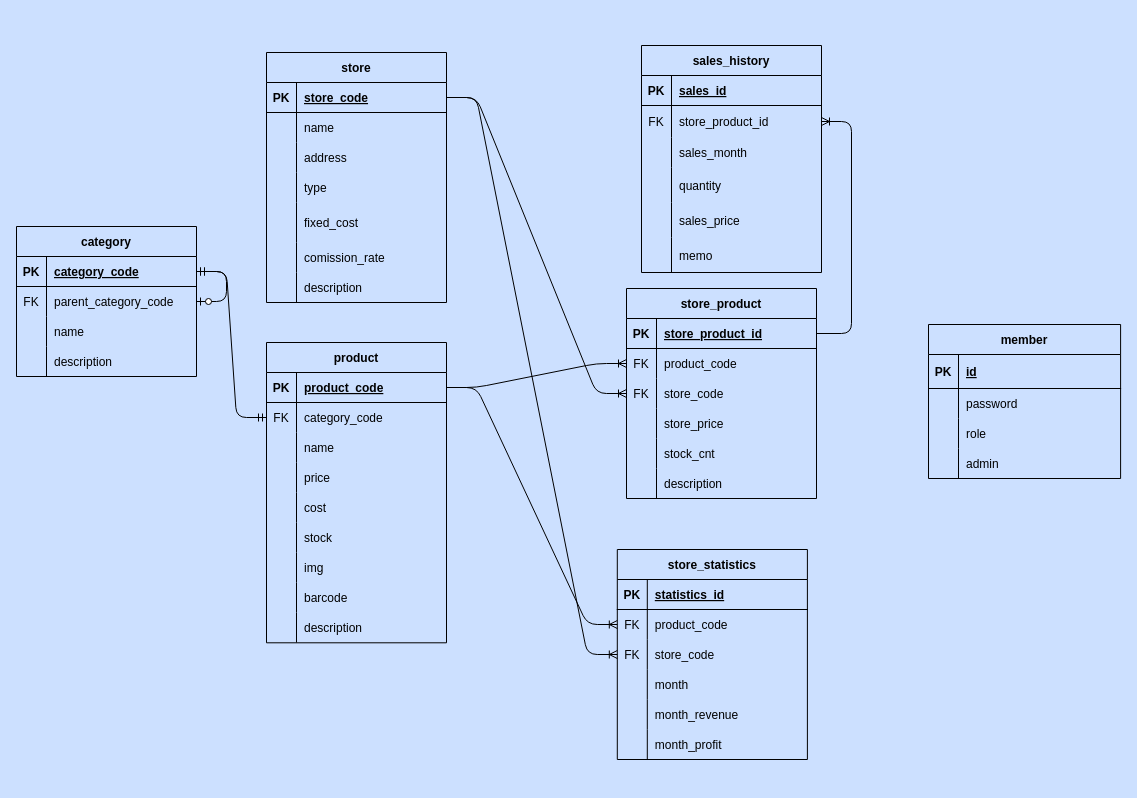
Before: database/ERD.drawio in JoshRyu/logistics, a draw.io diagram. Source tidied: cells renumbered, new cells numbered last; positions are measured from the earlier drawing's top-left corner, leaving out a move shared by most shapes. Both pictures are drawn from the tidied source at 100%, with x=0, y=0 at pixel (16, 45).
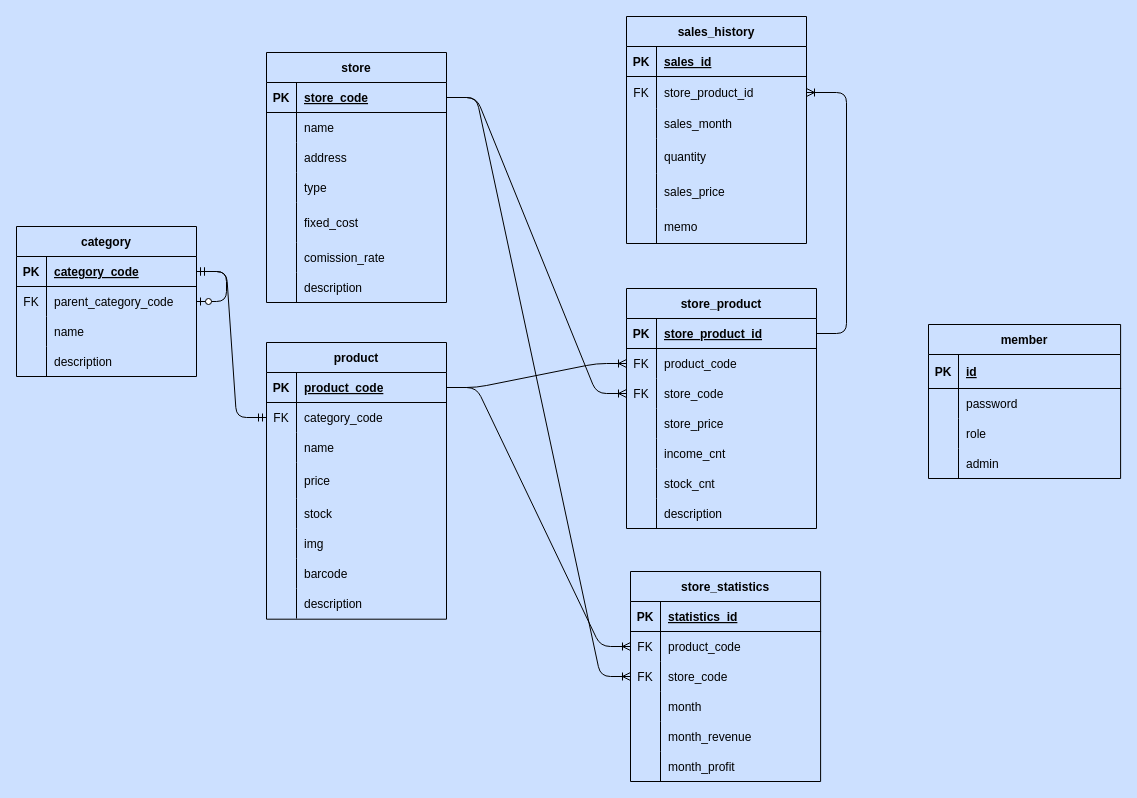
Above is the later version.

Commit message (it also covers changes not shown here):
[fix] Update ERD : remove cost, add income_cnt

Change to the diagram source:
```diff
@@
     <mxCell id="2" value="product" style="shape=table;startSize=30;childLayout=tableLayout;rowLines=0;fontStyle=1;align=center;fillColor=none;labelBackgroundColor=none;fontColor=#000000;strokeColor=#000000;" parent="1" vertex="1">
-      <mxGeometry x="250" y="297" width="180" height="300.3" as="geometry" />
+      <mxGeometry x="250" y="297" width="180" height="276.7" as="geometry" />
     </mxCell>
@@
     <mxCell id="12" style="shape=tableRow;horizontal=0;startSize=0;swimlaneHead=0;swimlaneBody=0;top=0;left=0;right=0;bottom=0;fillColor=none;labelBackgroundColor=none;fontColor=#000000;strokeColor=#000000;" parent="2" vertex="1">
-      <mxGeometry y="120" width="180" height="30" as="geometry" />
+      <mxGeometry y="120" width="180" height="36" as="geometry" />
     </mxCell>
     <mxCell id="13" style="shape=partialRectangle;top=0;left=0;bottom=0;right=0;overflow=hidden;fillColor=none;labelBackgroundColor=none;fontColor=#000000;strokeColor=#000000;" parent="12" vertex="1">
-      <mxGeometry width="30" height="30" as="geometry" />
+      <mxGeometry width="30" height="36" as="geometry" />
     </mxCell>
     <mxCell id="14" value="price" style="shape=partialRectangle;top=0;left=0;bottom=0;right=0;align=left;spacingLeft=6;overflow=hidden;fillColor=none;labelBackgroundColor=none;fontColor=#000000;strokeColor=#000000;" parent="12" vertex="1">
-      <mxGeometry x="30" width="150" height="30" as="geometry" />
+      <mxGeometry x="30" width="150" height="36" as="geometry" />
     </mxCell>
-    <mxCell id="15" style="shape=tableRow;horizontal=0;startSize=0;swimlaneHead=0;swimlaneBody=0;top=0;left=0;right=0;bottom=0;fillColor=none;labelBackgroundColor=none;fontColor=#000000;strokeColor=#000000;" parent="2" vertex="1">
-      <mxGeometry y="150" width="180" height="30" as="geometry" />
-    </mxCell>
-    <mxCell id="16" style="shape=partialRectangle;top=0;left=0;bottom=0;right=0;overflow=hidden;fillColor=none;labelBackgroundColor=none;fontColor=#000000;strokeColor=#000000;" parent="15" vertex="1">
-      <mxGeometry width="30" height="30" as="geometry" />
-    </mxCell>
-    <mxCell id="17" value="cost" style="shape=partialRectangle;top=0;left=0;bottom=0;right=0;align=left;spacingLeft=6;overflow=hidden;fillColor=none;labelBackgroundColor=none;fontColor=#000000;strokeColor=#000000;" parent="15" vertex="1">
-      <mxGeometry x="30" width="150" height="30" as="geometry" />
-    </mxCell>
     <mxCell id="18" style="shape=tableRow;horizontal=0;startSize=0;swimlaneHead=0;swimlaneBody=0;top=0;left=0;right=0;bottom=0;fillColor=none;labelBackgroundColor=none;fontColor=#000000;strokeColor=#000000;" parent="2" vertex="1">
-      <mxGeometry y="180" width="180" height="30" as="geometry" />
+      <mxGeometry y="156" width="180" height="30" as="geometry" />
     </mxCell>
@@
     <mxCell id="21" style="shape=tableRow;horizontal=0;startSize=0;swimlaneHead=0;swimlaneBody=0;top=0;left=0;right=0;bottom=0;fillColor=none;labelBackgroundColor=none;fontColor=#000000;strokeColor=#000000;" parent="2" vertex="1">
-      <mxGeometry y="210" width="180" height="30" as="geometry" />
+      <mxGeometry y="186" width="180" height="30" as="geometry" />
     </mxCell>
@@
     <mxCell id="24" style="shape=tableRow;horizontal=0;startSize=0;swimlaneHead=0;swimlaneBody=0;top=0;left=0;right=0;bottom=0;fillColor=none;labelBackgroundColor=none;fontColor=#000000;strokeColor=#000000;" parent="2" vertex="1">
-      <mxGeometry y="240" width="180" height="30" as="geometry" />
+      <mxGeometry y="216" width="180" height="30" as="geometry" />
     </mxCell>
@@
     <mxCell id="27" style="shape=tableRow;horizontal=0;startSize=0;swimlaneHead=0;swimlaneBody=0;top=0;left=0;right=0;bottom=0;fillColor=none;labelBackgroundColor=none;fontColor=#000000;strokeColor=#000000;" parent="2" vertex="1">
-      <mxGeometry y="270" width="180" height="30" as="geometry" />
+      <mxGeometry y="246" width="180" height="30" as="geometry" />
     </mxCell>
@@
     <mxCell id="66" value="store_product" style="shape=table;startSize=30;childLayout=tableLayout;rowLines=0;fontStyle=1;align=center;fillColor=none;labelBackgroundColor=none;fontColor=#000000;strokeColor=#000000;" parent="1" vertex="1">
-      <mxGeometry x="610" y="243" width="190" height="210" as="geometry" />
+      <mxGeometry x="610" y="243" width="190" height="240" as="geometry" />
     </mxCell>
@@
+    <mxCell id="142" style="shape=tableRow;horizontal=0;startSize=0;swimlaneHead=0;swimlaneBody=0;top=0;left=0;right=0;bottom=0;fillColor=none;labelBackgroundColor=none;fontColor=#000000;strokeColor=#000000;" parent="66" vertex="1">
+      <mxGeometry y="150" width="190" height="30" as="geometry" />
+    </mxCell>
+    <mxCell id="16" style="shape=partialRectangle;top=0;left=0;bottom=0;right=0;overflow=hidden;fillColor=none;labelBackgroundColor=none;fontColor=#000000;strokeColor=#000000;" parent="142" vertex="1">
+      <mxGeometry width="30" height="30" as="geometry" />
+    </mxCell>
+    <mxCell id="143" value="income_cnt" style="shape=partialRectangle;top=0;left=0;bottom=0;right=0;align=left;spacingLeft=6;overflow=hidden;fillColor=none;labelBackgroundColor=none;fontColor=#000000;strokeColor=#000000;" parent="142" vertex="1">
+      <mxGeometry x="30" width="160" height="30" as="geometry" />
+    </mxCell>
     <mxCell id="79" style="shape=tableRow;horizontal=0;startSize=0;swimlaneHead=0;swimlaneBody=0;top=0;left=0;right=0;bottom=0;fillColor=none;labelBackgroundColor=none;fontColor=#000000;strokeColor=#000000;" parent="66" vertex="1">
-      <mxGeometry y="150" width="190" height="30" as="geometry" />
+      <mxGeometry y="180" width="190" height="30" as="geometry" />
     </mxCell>
@@
     <mxCell id="82" style="shape=tableRow;horizontal=0;startSize=0;swimlaneHead=0;swimlaneBody=0;top=0;left=0;right=0;bottom=0;fillColor=none;labelBackgroundColor=none;fontColor=#000000;strokeColor=#000000;" parent="66" vertex="1">
-      <mxGeometry y="180" width="190" height="30" as="geometry" />
+      <mxGeometry y="210" width="190" height="30" as="geometry" />
     </mxCell>
@@
     <mxCell id="85" value="store_statistics" style="shape=table;startSize=30;childLayout=tableLayout;rowLines=0;fontStyle=1;align=center;fillColor=none;labelBackgroundColor=none;fontColor=#000000;strokeColor=#000000;" parent="1" vertex="1">
-      <mxGeometry x="600.8" y="504" width="190.1" height="210" as="geometry" />
+      <mxGeometry x="614" y="526" width="190.1" height="210" as="geometry" />
     </mxCell>
@@
     <mxCell id="122" value="sales_history" style="shape=table;startSize=30;childLayout=tableLayout;rowLines=0;fontStyle=1;align=center;fillColor=none;labelBackgroundColor=none;fontColor=#000000;strokeColor=#000000;" parent="1" vertex="1">
-      <mxGeometry x="625" width="180" height="227" as="geometry" />
+      <mxGeometry x="610" y="-29" width="180" height="227" as="geometry" />
     </mxCell>
```
